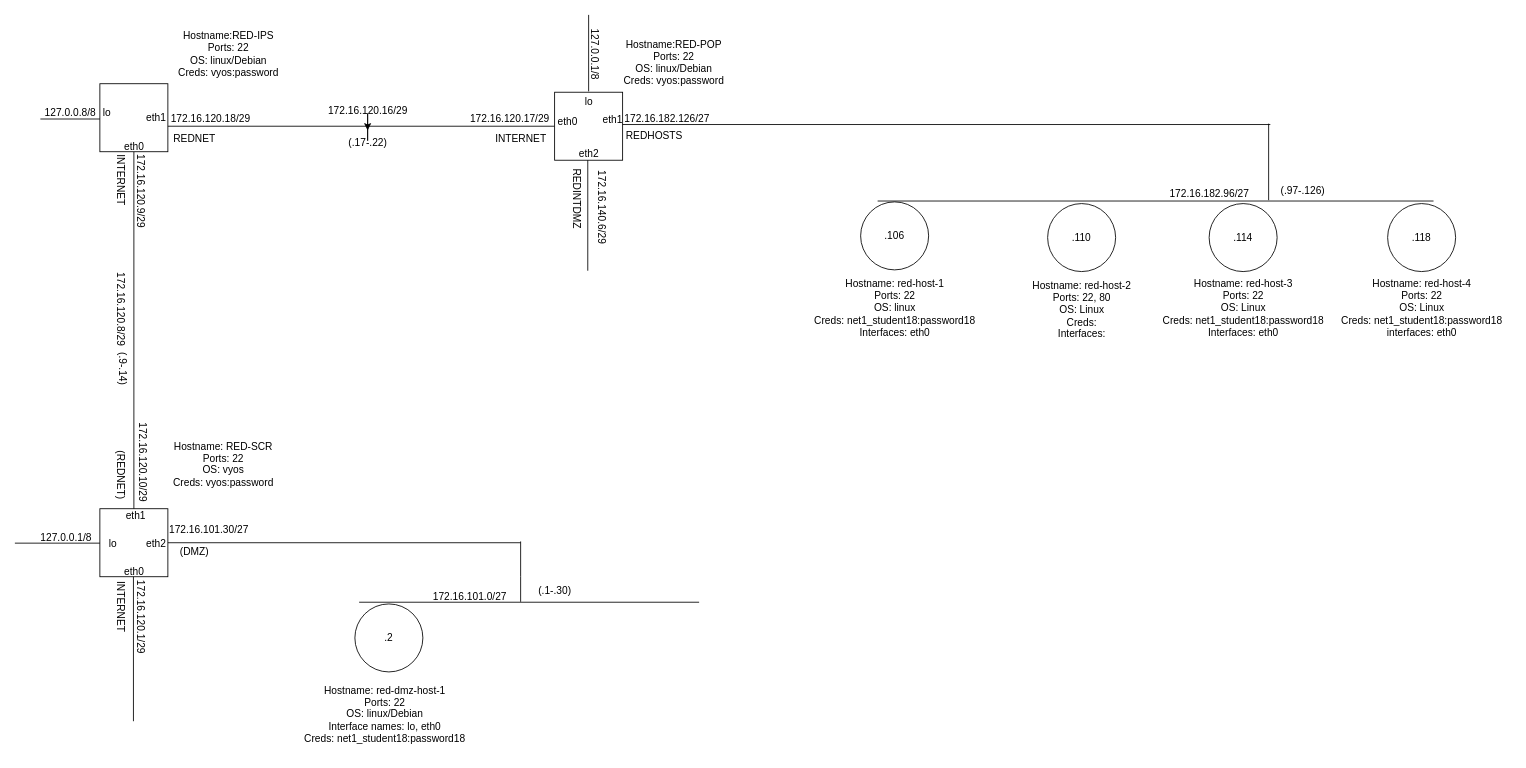
Earlier version of the draw.io diagram Untitled Diagram.drawio (Flyingtomat0/Net-Maps). Source tidied: cells renumbered, new cells numbered last; positions are measured from the earlier drawing's top-left corner, leaving out a move shared by most shapes. Both pictures are drawn from the tidied source at 85%, with x=0, y=0 at pixel (14, 14).
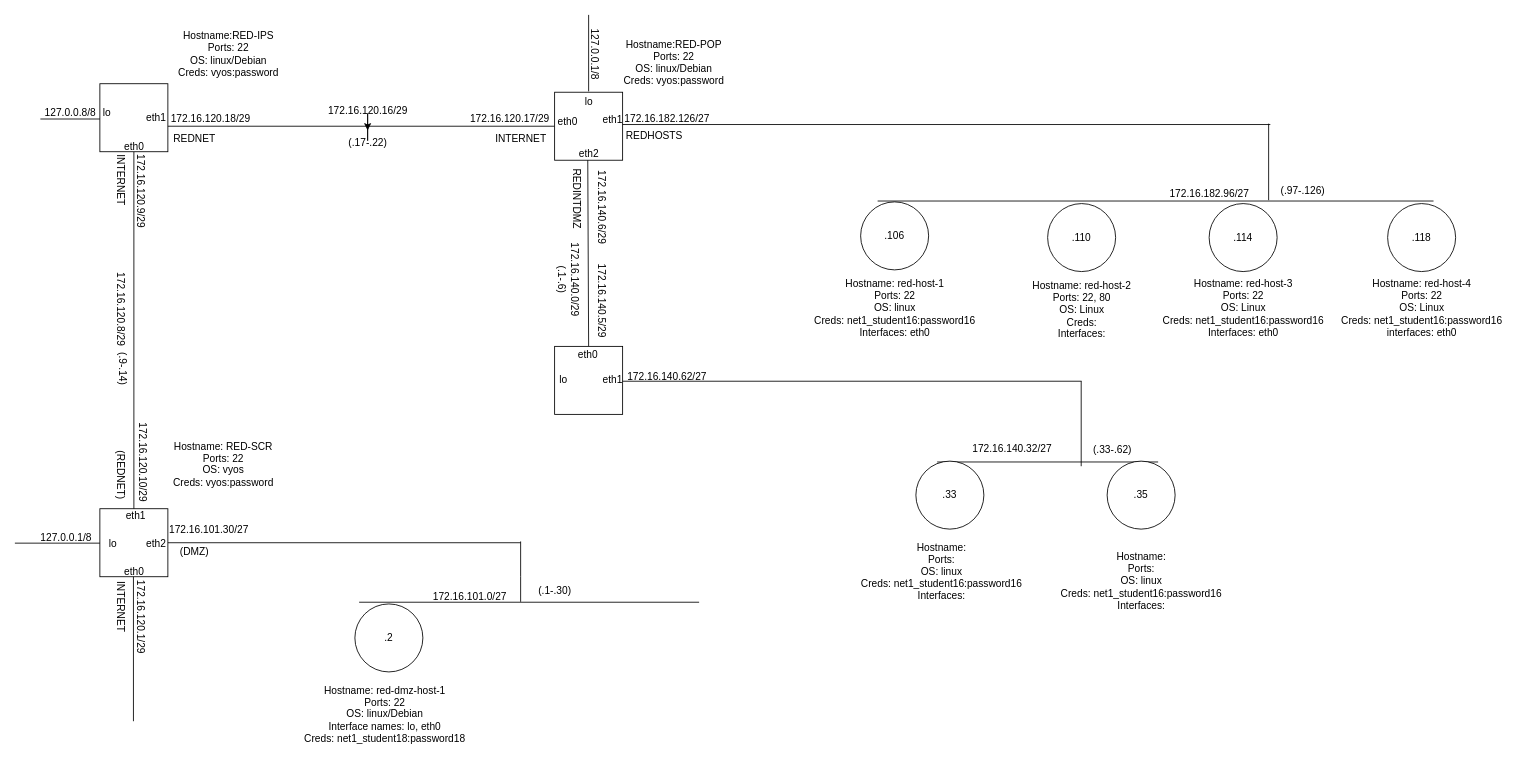
The same diagram, later.

What changed in the source:
```diff
@@
-    <mxCell id="47" style="endArrow=none;html=1;rounded=0;" parent="1" edge="1">
+    <mxCell id="47" style="endArrow=none;html=1;rounded=0;exitX=0.5;exitY=0;exitDx=0;exitDy=0;" parent="1" edge="1" source="70">
       <mxGeometry relative="1" as="geometry">
-        <mxPoint x="674" y="301" as="sourcePoint" />
         <mxPoint x="674" y="171" as="targetPoint" />
       </mxGeometry>
     </mxCell>
@@
-    <mxCell id="66" value="&lt;div&gt;Hostname: red-host-1&lt;br&gt;&lt;/div&gt;&lt;div&gt;Ports: 22&lt;br&gt;&lt;/div&gt;&lt;div&gt;OS: linux&lt;br&gt;&lt;/div&gt;&lt;div&gt;Creds: net1_student18:password18&lt;/div&gt;&lt;div&gt;Interfaces: eth0&lt;br&gt;&lt;/div&gt;" style="text;html=1;align=center;verticalAlign=middle;strokeColor=none;fillColor=none;rotation=0;" parent="1" vertex="1">
+    <mxCell id="66" value="&lt;div&gt;Hostname: red-host-1&lt;br&gt;&lt;/div&gt;&lt;div&gt;Ports: 22&lt;br&gt;&lt;/div&gt;&lt;div&gt;OS: linux&lt;br&gt;&lt;/div&gt;&lt;div&gt;Creds: net1_student16:password16&lt;/div&gt;&lt;div&gt;Interfaces: eth0&lt;br&gt;&lt;/div&gt;" style="text;html=1;align=center;verticalAlign=middle;strokeColor=none;fillColor=none;rotation=0;" parent="1" vertex="1">
       <mxGeometry x="930" y="300" width="210" height="90" as="geometry" />
     </mxCell>
@@
-    <mxCell id="68" value="&lt;div&gt;Hostname: red-host-3&lt;br&gt;&lt;/div&gt;&lt;div&gt;Ports: 22 &lt;br&gt;&lt;/div&gt;&lt;div&gt;OS: Linux&lt;br&gt;&lt;/div&gt;&lt;div&gt;Creds: net1_student18:password18&lt;/div&gt;&lt;div&gt;Interfaces: eth0&lt;br&gt;&lt;/div&gt;" style="text;html=1;align=center;verticalAlign=middle;strokeColor=none;fillColor=none;rotation=0;" parent="1" vertex="1">
+    <mxCell id="68" value="&lt;div&gt;Hostname: red-host-3&lt;br&gt;&lt;/div&gt;&lt;div&gt;Ports: 22 &lt;br&gt;&lt;/div&gt;&lt;div&gt;OS: Linux&lt;br&gt;&lt;/div&gt;&lt;div&gt;Creds: net1_student16:password16&lt;/div&gt;&lt;div&gt;Interfaces: eth0&lt;br&gt;&lt;/div&gt;" style="text;html=1;align=center;verticalAlign=middle;strokeColor=none;fillColor=none;rotation=0;" parent="1" vertex="1">
       <mxGeometry x="1340" y="300" width="210" height="90" as="geometry" />
     </mxCell>
-    <mxCell id="69" value="&lt;div&gt;Hostname: red-host-4&lt;br&gt;&lt;/div&gt;&lt;div&gt;Ports: 22&lt;br&gt;&lt;/div&gt;&lt;div&gt;OS: Linux&lt;br&gt;&lt;/div&gt;&lt;div&gt;Creds:&amp;nbsp;net1_student18:password18 &lt;/div&gt;&lt;div&gt;interfaces: eth0&lt;br&gt;&lt;/div&gt;" style="text;html=1;align=center;verticalAlign=middle;strokeColor=none;fillColor=none;rotation=0;" parent="1" vertex="1">
+    <mxCell id="69" value="&lt;div&gt;Hostname: red-host-4&lt;br&gt;&lt;/div&gt;&lt;div&gt;Ports: 22&lt;br&gt;&lt;/div&gt;&lt;div&gt;OS: Linux&lt;br&gt;&lt;/div&gt;&lt;div&gt;Creds:&amp;nbsp;net1_student16:password16 &lt;/div&gt;&lt;div&gt;interfaces: eth0&lt;br&gt;&lt;/div&gt;" style="text;html=1;align=center;verticalAlign=middle;strokeColor=none;fillColor=none;rotation=0;" parent="1" vertex="1">
       <mxGeometry x="1550" y="300" width="210" height="90" as="geometry" />
     </mxCell>
+    <mxCell id="70" style="whiteSpace=wrap;html=1;" parent="1" vertex="1">
+      <mxGeometry x="635" y="390" width="80" height="80" as="geometry" />
+    </mxCell>
+    <mxCell id="71" value="172.16.140.5/29" style="text;html=1;align=center;verticalAlign=middle;strokeColor=none;fillColor=none;rotation=90;" parent="1" vertex="1">
+      <mxGeometry x="635" y="321" width="110" height="30" as="geometry" />
+    </mxCell>
+    <mxCell id="72" value="&lt;div&gt;172.16.140.0/29&lt;/div&gt;&lt;div&gt;(.1-.6)&lt;br&gt;&lt;/div&gt;" style="text;html=1;align=center;verticalAlign=middle;strokeColor=none;fillColor=none;rotation=90;" parent="1" vertex="1">
+      <mxGeometry x="597" y="291" width="110" height="40" as="geometry" />
+    </mxCell>
+    <mxCell id="73" value="eth0" style="text;html=1;align=center;verticalAlign=middle;strokeColor=none;fillColor=none;" parent="1" vertex="1">
+      <mxGeometry x="649" y="385" width="50" height="30" as="geometry" />
+    </mxCell>
+    <mxCell id="74" value="eth1" style="text;html=1;align=center;verticalAlign=middle;strokeColor=none;fillColor=none;" parent="1" vertex="1">
+      <mxGeometry x="678" y="415" width="50" height="30" as="geometry" />
+    </mxCell>
+    <mxCell id="75" value="lo" style="text;html=1;align=center;verticalAlign=middle;strokeColor=none;fillColor=none;" parent="1" vertex="1">
+      <mxGeometry x="630" y="415" width="30" height="30" as="geometry" />
+    </mxCell>
+    <mxCell id="76" style="endArrow=none;html=1;rounded=0;" parent="1" edge="1">
+      <mxGeometry relative="1" as="geometry">
+        <mxPoint x="715" y="431" as="sourcePoint" />
+        <mxPoint x="1255" y="431" as="targetPoint" />
+      </mxGeometry>
+    </mxCell>
+    <mxCell id="77" value="172.16.140.62/27" style="text;html=1;align=center;verticalAlign=middle;strokeColor=none;fillColor=none;" parent="1" vertex="1">
+      <mxGeometry x="707" y="411" width="120" height="30" as="geometry" />
+    </mxCell>
+    <mxCell id="78" style="endArrow=none;html=1;rounded=0;" parent="1" edge="1">
+      <mxGeometry relative="1" as="geometry">
+        <mxPoint x="1254.5" y="531" as="sourcePoint" />
+        <mxPoint x="1254.5" y="431" as="targetPoint" />
+      </mxGeometry>
+    </mxCell>
+    <mxCell id="79" style="endArrow=none;html=1;rounded=0;" parent="1" edge="1">
+      <mxGeometry relative="1" as="geometry">
+        <mxPoint x="1085" y="526" as="sourcePoint" />
+        <mxPoint x="1345" y="526" as="targetPoint" />
+      </mxGeometry>
+    </mxCell>
+    <mxCell id="80" value="172.16.140.32/27" style="text;html=1;align=center;verticalAlign=middle;strokeColor=none;fillColor=none;" parent="1" vertex="1">
+      <mxGeometry x="1113" y="496" width="120" height="30" as="geometry" />
+    </mxCell>
+    <mxCell id="81" value="(.33-.62)" style="text;html=1;align=center;verticalAlign=middle;strokeColor=none;fillColor=none;" parent="1" vertex="1">
+      <mxGeometry x="1256" y="497" width="70" height="30" as="geometry" />
+    </mxCell>
+    <mxCell id="82" value=".33" style="ellipse;whiteSpace=wrap;html=1;" parent="1" vertex="1">
+      <mxGeometry x="1060" y="525" width="80" height="80" as="geometry" />
+    </mxCell>
+    <mxCell id="83" value=".35" style="ellipse;whiteSpace=wrap;html=1;" parent="1" vertex="1">
+      <mxGeometry x="1285" y="525" width="80" height="80" as="geometry" />
+    </mxCell>
+    <mxCell id="84" value="&lt;div&gt;Hostname:&lt;br&gt;&lt;/div&gt;&lt;div&gt;Ports:&lt;br&gt;&lt;/div&gt;&lt;div&gt;OS: linux&lt;br&gt;&lt;/div&gt;&lt;div&gt;Creds: net1_student16:password16&lt;/div&gt;&lt;div&gt;Interfaces:&lt;br&gt;&lt;/div&gt;" style="text;html=1;align=center;verticalAlign=middle;strokeColor=none;fillColor=none;rotation=0;" parent="1" vertex="1">
+      <mxGeometry x="985" y="610" width="210" height="90" as="geometry" />
+    </mxCell>
+    <mxCell id="85" value="&lt;div&gt;Hostname:&lt;br&gt;&lt;/div&gt;&lt;div&gt;Ports: &lt;br&gt;&lt;/div&gt;&lt;div&gt;OS: linux&lt;br&gt;&lt;/div&gt;&lt;div&gt;Creds: net1_student16:password16&lt;/div&gt;&lt;div&gt;Interfaces: &lt;br&gt;&lt;/div&gt;" style="text;html=1;align=center;verticalAlign=middle;strokeColor=none;fillColor=none;rotation=0;" parent="1" vertex="1">
+      <mxGeometry x="1220" y="621" width="210" height="90" as="geometry" />
+    </mxCell>
```
